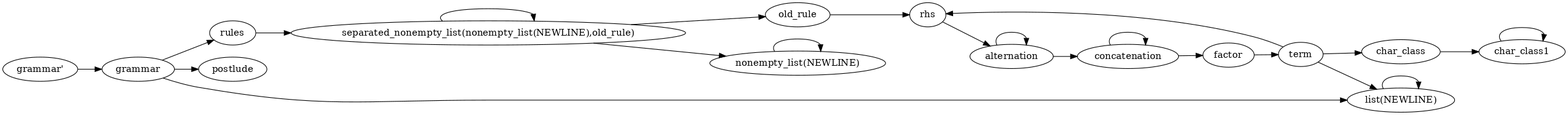
The Graphviz diagram sentenceParser.png in meta-introspector/gbnf-nice-parser, before a commit. Its source is kept beside it as lib/sentenceParser.dot.
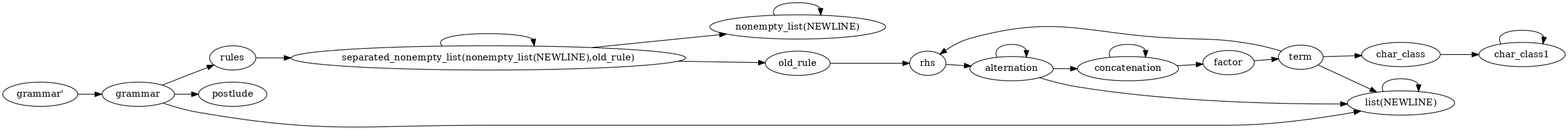
Above is the later version.

The edit, as a diff of the source:
```diff
@@ -37,6 +37,7 @@
 nt11 -> nt11 [ label="" ] ;
 nt12 -> nt12 [ label="" ] ;
 nt13 -> nt12 [ label="" ] ;
+nt14 -> nt8 [ label="" ] ;
 nt14 -> nt11 [ label="" ] ;
 nt14 -> nt14 [ label="" ] ;
 
```
